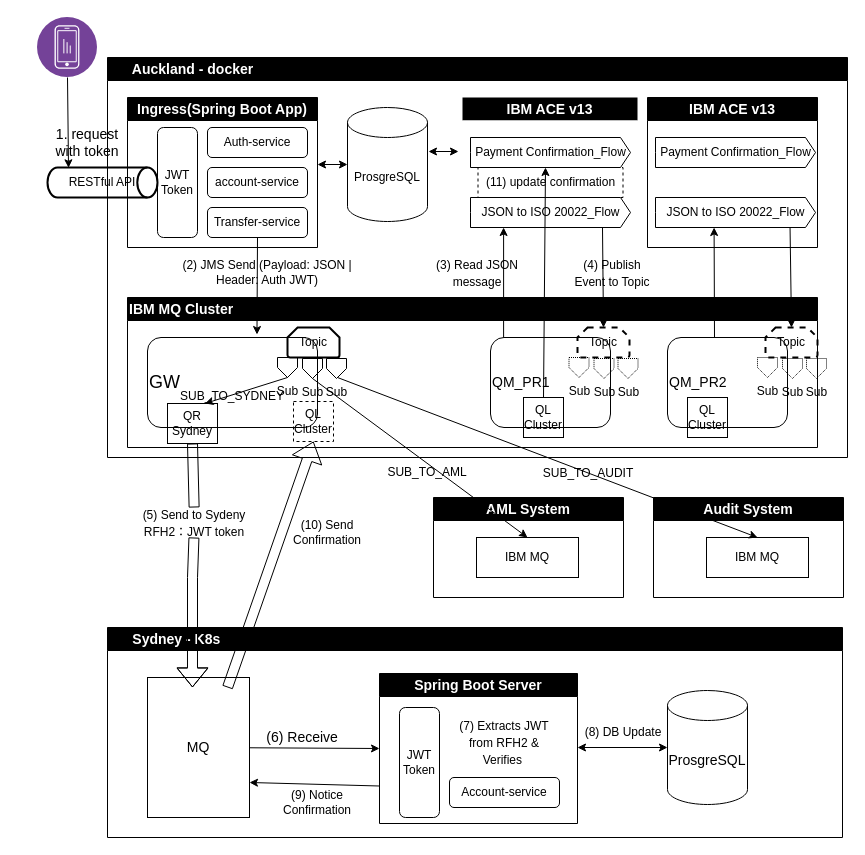
Earlier version of the draw.io diagram diagram1.drawio (Bellick-Jiao/cross-tasman-payment-hub). Source tidied: cells renumbered, new cells numbered last; positions are measured from the earlier drawing's top-left corner, leaving out a move shared by most shapes. Both pictures are drawn from the tidied source at 100%, with x=0, y=0 at pixel (17, 17).
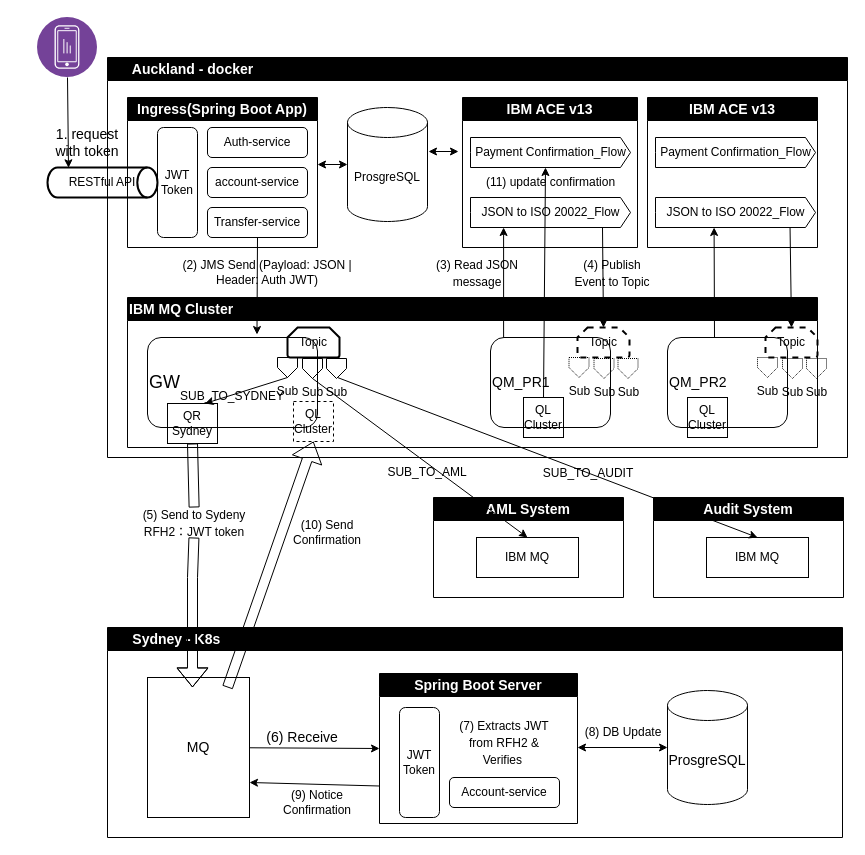
Above is the later version.

Unchanged cells that the change refers to:
```xml
<mxCell id="2" value="&lt;font style=&quot;font-size: 14px;&quot;&gt;&amp;nbsp; &amp;nbsp; &amp;nbsp; Auckland - docker&lt;/font&gt;" style="swimlane;whiteSpace=wrap;html=1;startSize=23;align=left;strokeColor=#000000;fontColor=#FFFFFF;fillStyle=solid;swimlaneFillColor=#FFFFFF;fillColor=#000000;gradientColor=none;" parent="1" vertex="1">
  <mxGeometry x="90" y="40" width="740" height="400" as="geometry" />
</mxCell>
```

What changed in the source:
```diff
@@
-    <mxCell id="25" value="&lt;font style=&quot;font-size: 14px;&quot;&gt;IBM ACE v13&lt;/font&gt;" style="swimlane;whiteSpace=wrap;html=1;strokeColor=none;fontColor=#FFFFFF;swimlaneFillColor=#FFFFFF;fillColor=#000000;" parent="2" vertex="1">
+    <mxCell id="25" value="&lt;font style=&quot;font-size: 14px;&quot;&gt;IBM ACE v13&lt;/font&gt;" style="swimlane;whiteSpace=wrap;html=1;strokeColor=#000000;fontColor=#FFFFFF;swimlaneFillColor=#FFFFFF;fillColor=#000000;" parent="2" vertex="1">
       <mxGeometry x="355" y="40" width="175" height="150" as="geometry" />
     </mxCell>
@@
-    <mxCell id="28" value="(11) update confirmation" style="text;html=1;strokeColor=#000000;fillColor=none;align=center;verticalAlign=middle;whiteSpace=wrap;rounded=0;dashed=1;fontSize=12;fontColor=#000000;" parent="25" vertex="1">
+    <mxCell id="28" value="(11) update confirmation" style="text;html=1;strokeColor=none;fillColor=none;align=center;verticalAlign=middle;whiteSpace=wrap;rounded=0;dashed=1;fontSize=12;fontColor=#000000;" parent="25" vertex="1">
       <mxGeometry x="15.5" y="70" width="145" height="30" as="geometry" />
     </mxCell>
```
